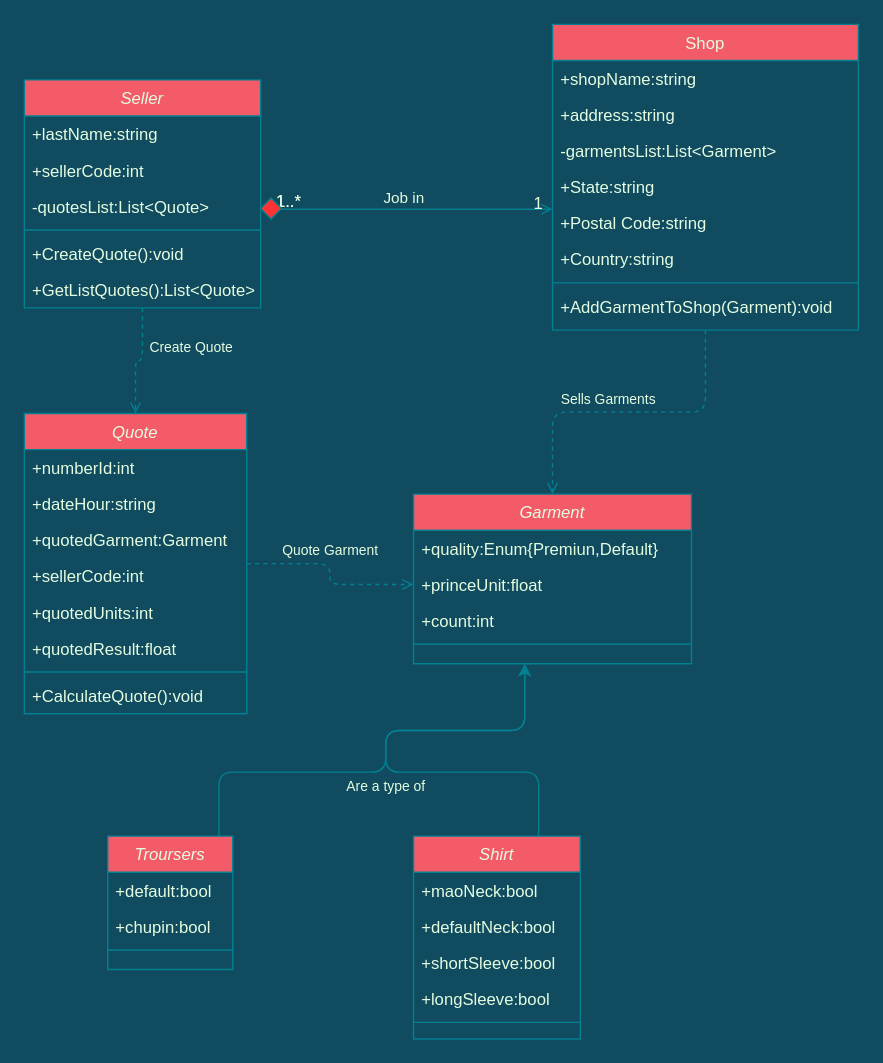
Above: Untitled Diagram.drawio in miguelvara456/project-examen-practico-miguel-varas (draw.io), before the change. Source tidied: cells renumbered, new cells numbered last; positions are measured from the earlier drawing's top-left corner, leaving out a move shared by most shapes. Both pictures are drawn from the tidied source at 139%, with x=0, y=0 at pixel (24, 24).
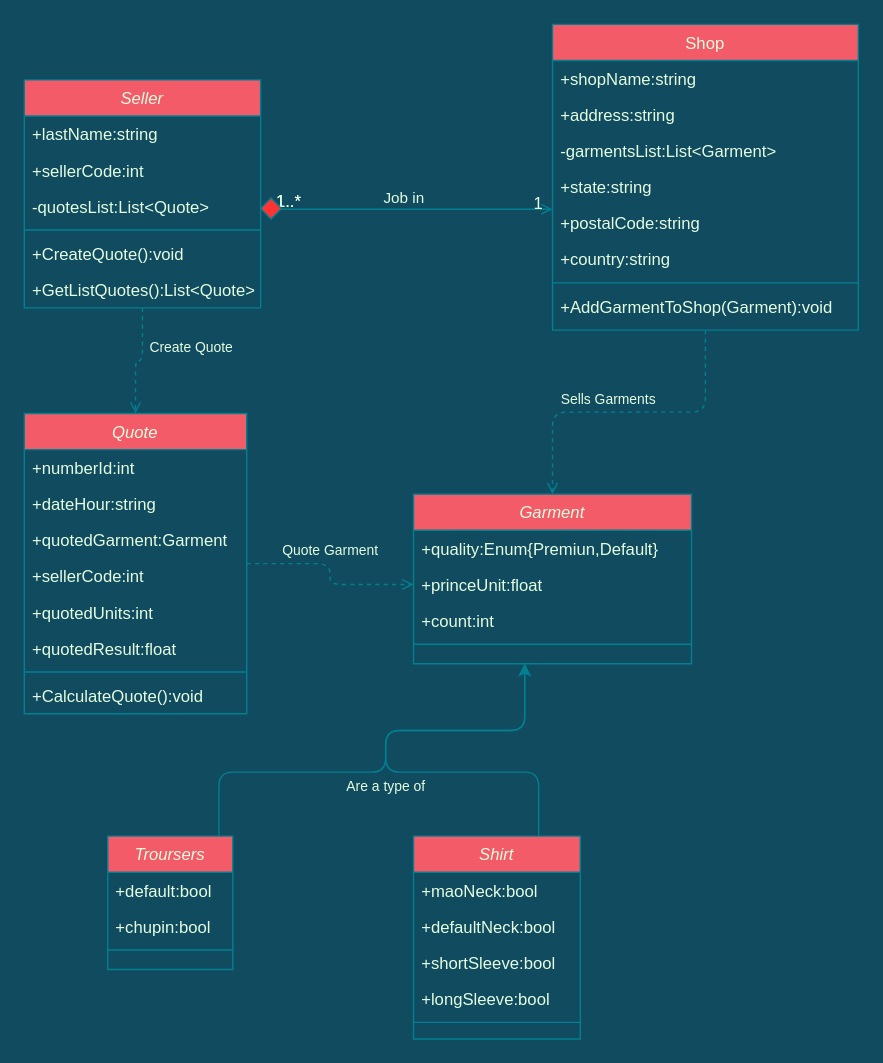
Above is the later version.

Unchanged cells that the change refers to:
```xml
<mxCell id="11" value="Shop" style="swimlane;fontStyle=0;align=center;verticalAlign=top;horizontal=1;startSize=26;rounded=0;shadow=0;strokeWidth=1;fillColor=#F45B69;strokeColor=#028090;fontColor=#E4FDE1;" parent="1" vertex="1">
  <mxGeometry x="380" width="220" height="220" as="geometry" />
</mxCell>
```

What changed in the source:
```diff
@@
-    <mxCell id="15" value="+State:string" style="text;align=left;verticalAlign=top;spacingLeft=4;spacingRight=4;overflow=hidden;rounded=0;shadow=0;html=0;fontColor=#E4FDE1;" parent="11" vertex="1">
+    <mxCell id="15" value="+state:string" style="text;align=left;verticalAlign=top;spacingLeft=4;spacingRight=4;overflow=hidden;rounded=0;shadow=0;html=0;fontColor=#E4FDE1;" parent="11" vertex="1">
       <mxGeometry y="104" width="220" height="26" as="geometry" />
     </mxCell>
-    <mxCell id="16" value="+Postal Code:string" style="text;align=left;verticalAlign=top;spacingLeft=4;spacingRight=4;overflow=hidden;rounded=0;shadow=0;html=0;fontColor=#E4FDE1;" parent="11" vertex="1">
+    <mxCell id="16" value="+postalCode:string" style="text;align=left;verticalAlign=top;spacingLeft=4;spacingRight=4;overflow=hidden;rounded=0;shadow=0;html=0;fontColor=#E4FDE1;" parent="11" vertex="1">
       <mxGeometry y="130" width="220" height="26" as="geometry" />
     </mxCell>
-    <mxCell id="17" value="+Country:string" style="text;align=left;verticalAlign=top;spacingLeft=4;spacingRight=4;overflow=hidden;rounded=0;shadow=0;html=0;fontColor=#E4FDE1;" parent="11" vertex="1">
+    <mxCell id="17" value="+country:string" style="text;align=left;verticalAlign=top;spacingLeft=4;spacingRight=4;overflow=hidden;rounded=0;shadow=0;html=0;fontColor=#E4FDE1;" parent="11" vertex="1">
       <mxGeometry y="156" width="220" height="26" as="geometry" />
     </mxCell>
```
